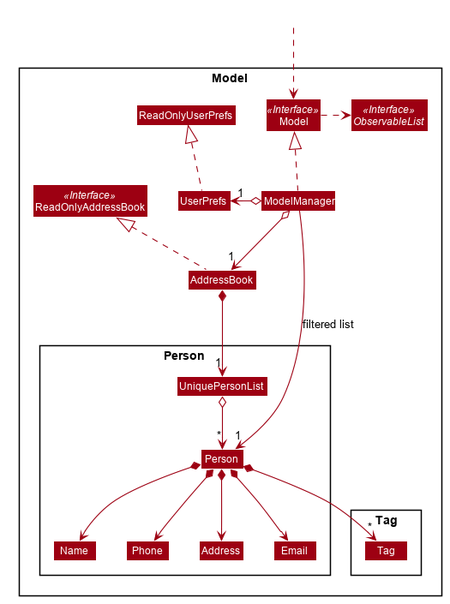
wyt-sonia/main keeps this PlantUML diagram as docs/images/ModelClassDiagram.png. Above is the earlier version. Its diagram source:
```plantuml
@startuml








skinparam BackgroundColor #FFFFFFF

skinparam Shadowing false

skinparam Class {
    FontColor #FFFFFF
    BorderThickness 1
    BorderColor #FFFFFF
    StereotypeFontColor #FFFFFF
    FontName Arial
}

skinparam Actor {
    BorderColor #000000
    Color #000000
    FontName Arial
}

skinparam Sequence {
    MessageAlign center
    BoxFontSize 15
    BoxPadding 0
    BoxFontColor #FFFFFF
    FontName Arial
}

skinparam Participant {
    FontColor #FFFFFFF
    Padding 20
}

skinparam MinClassWidth 50
skinparam ParticipantPadding 10
skinparam Shadowing false
skinparam DefaultTextAlignment center
skinparam packageStyle Rectangle

hide footbox
hide members
hide circle
skinparam arrowThickness 1.1
skinparam arrowColor #9D0012
skinparam classBackgroundColor #9D0012

Package Model <<Rectangle>>{
Interface ReadOnlyAddressBook <<Interface>>
Interface Model <<Interface>>
Interface ObservableList <<Interface>>
Class AddressBook
Class ReadOnlyAddressBook
Class Model
Class ModelManager
Class UserPrefs
Class ReadOnlyUserPrefs

Package Person {
Class Person
Class Address
Class Email
Class Name
Class Phone
Class UniquePersonList
}

Package Tag {
Class Tag
}
}

Class HiddenOutside #FFFFFF
HiddenOutside ..> Model

AddressBook .up.|> ReadOnlyAddressBook

ModelManager .up.|> Model
Model .right.> ObservableList
ModelManager o--> "1" AddressBook
ModelManager o-left-> "1" UserPrefs
UserPrefs .up.|> ReadOnlyUserPrefs

AddressBook *--> "1" UniquePersonList
UniquePersonList o--> "*" Person
Person *--> Name
Person *--> Phone
Person *--> Email
Person *--> Address
Person *--> "*" Tag

Name -[hidden]right-> Phone
Phone -[hidden]right-> Address
Address -[hidden]right-> Email

ModelManager -->"1" Person : filtered list
@enduml
```
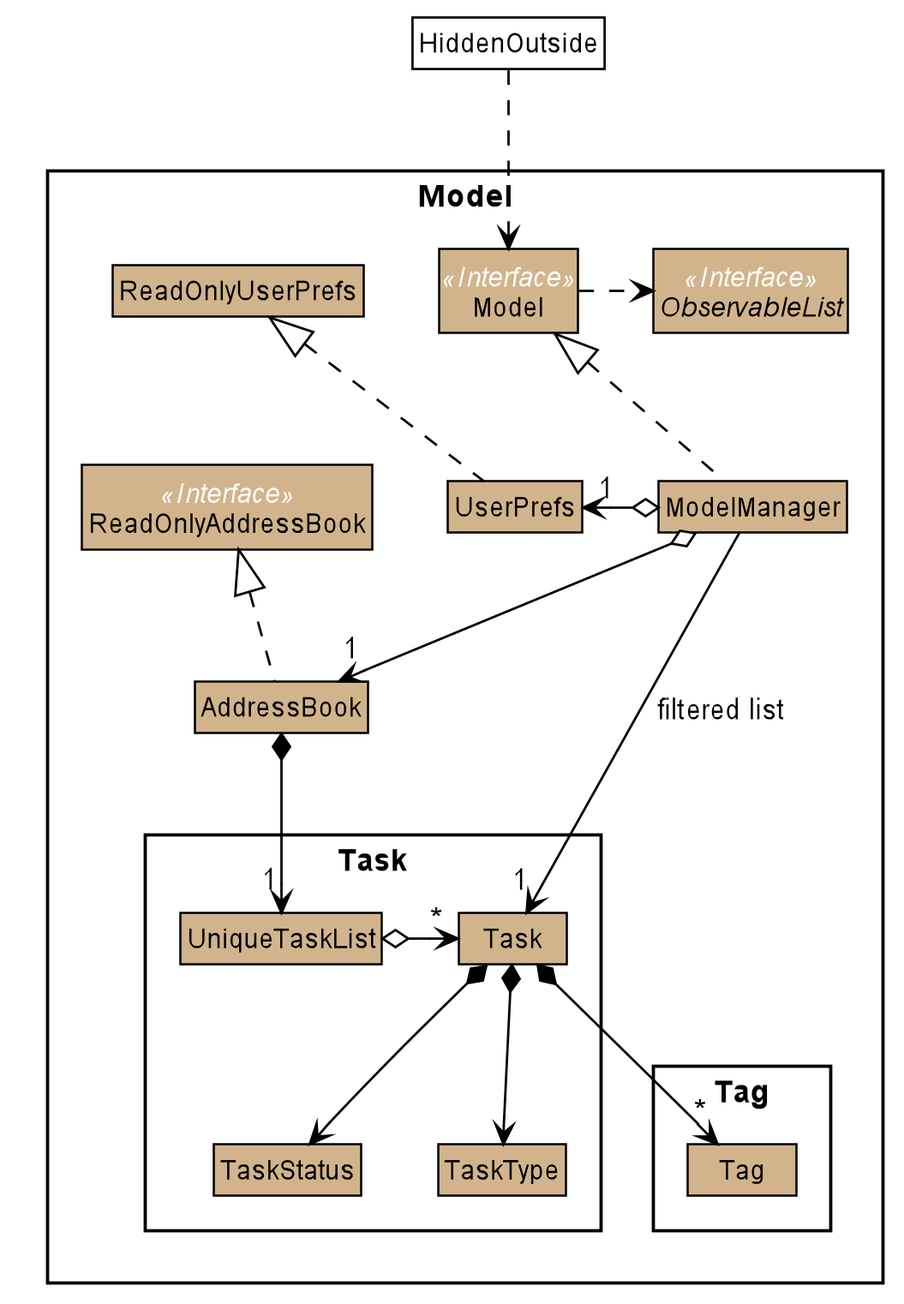
After the commit.

What changed in the source:
```diff
@@ -12,7 +12,7 @@
 skinparam Shadowing false
 
 skinparam Class {
-    FontColor #FFFFFF
+    FontColor #000000
     BorderThickness 1
     BorderColor #FFFFFF
     StereotypeFontColor #FFFFFF
@@ -29,12 +29,12 @@
     MessageAlign center
     BoxFontSize 15
     BoxPadding 0
-    BoxFontColor #FFFFFF
+    BoxFontColor #000000
     FontName Arial
 }
 
 skinparam Participant {
-    FontColor #FFFFFFF
+    FontColor #000000
     Padding 20
 }
 
@@ -48,8 +48,12 @@
 hide members
 hide circle
 skinparam arrowThickness 1.1
-skinparam arrowColor #9D0012
-skinparam classBackgroundColor #9D0012
+skinparam arrowColor #D2B48C
+skinparam classBackgroundColor #D2B48C
+skinparam classBorderColor #black
+skinparam arrowColor #black
+
+
 
 Package Model <<Rectangle>>{
 Interface ReadOnlyAddressBook <<Interface>>
@@ -62,13 +66,11 @@
 Class UserPrefs
 Class ReadOnlyUserPrefs
 
-Package Person {
-Class Person
-Class Address
-Class Email
-Class Name
-Class Phone
-Class UniquePersonList
+Package Task {
+Class UniqueTaskList
+Class Task
+Enum TaskStatus
+Enum TaskType
 }
 
 Package Tag {
@@ -87,17 +89,13 @@
 ModelManager o-left-> "1" UserPrefs
 UserPrefs .up.|> ReadOnlyUserPrefs
 
-AddressBook *--> "1" UniquePersonList
-UniquePersonList o--> "*" Person
-Person *--> Name
-Person *--> Phone
-Person *--> Email
-Person *--> Address
-Person *--> "*" Tag
+AddressBook *--> "1" UniqueTaskList
 
-Name -[hidden]right-> Phone
-Phone -[hidden]right-> Address
-Address -[hidden]right-> Email
+UniqueTaskList o-> "*" Task
+Task *--> TaskStatus
+Task *--> TaskType
 
-ModelManager -->"1" Person : filtered list
+Task *--> "*" Tag
+
+ModelManager -->"1" Task : filtered list
 @enduml
```
